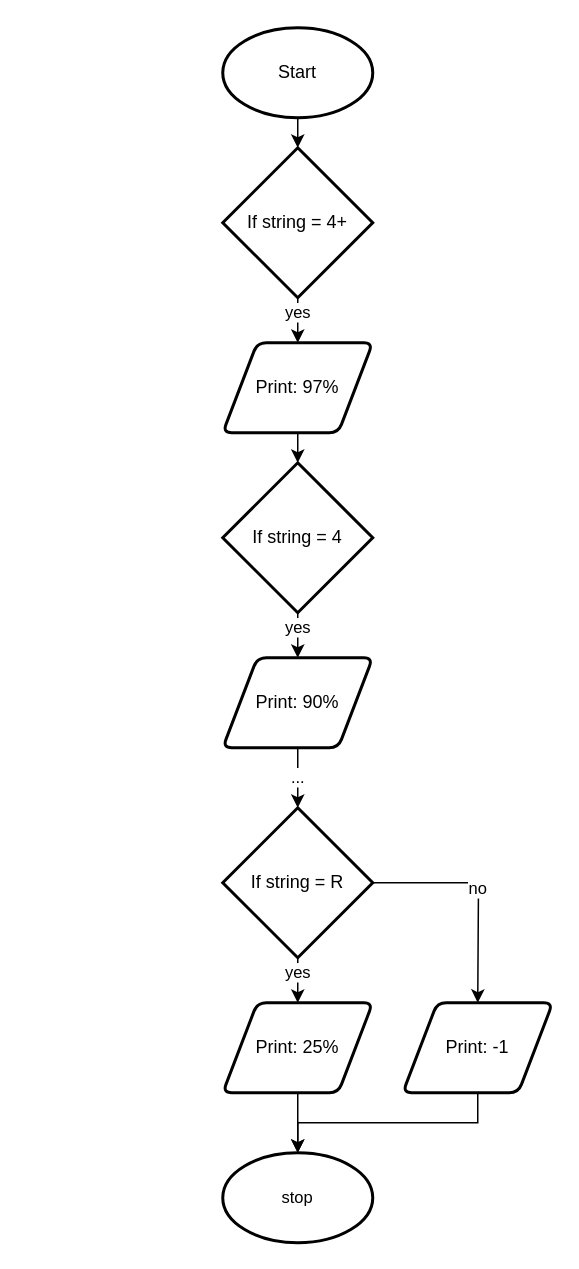
The draw.io diagram .flowchart.drawio in Miguel-Santacruz/ICS3U-Unit5-03-Python, before the edit. Source tidied: cells renumbered, new cells numbered last; positions are measured from the earlier drawing's top-left corner, leaving out a move shared by most shapes. Both pictures are drawn from the tidied source at 150%, with x=0, y=0 at pixel (222, 27).
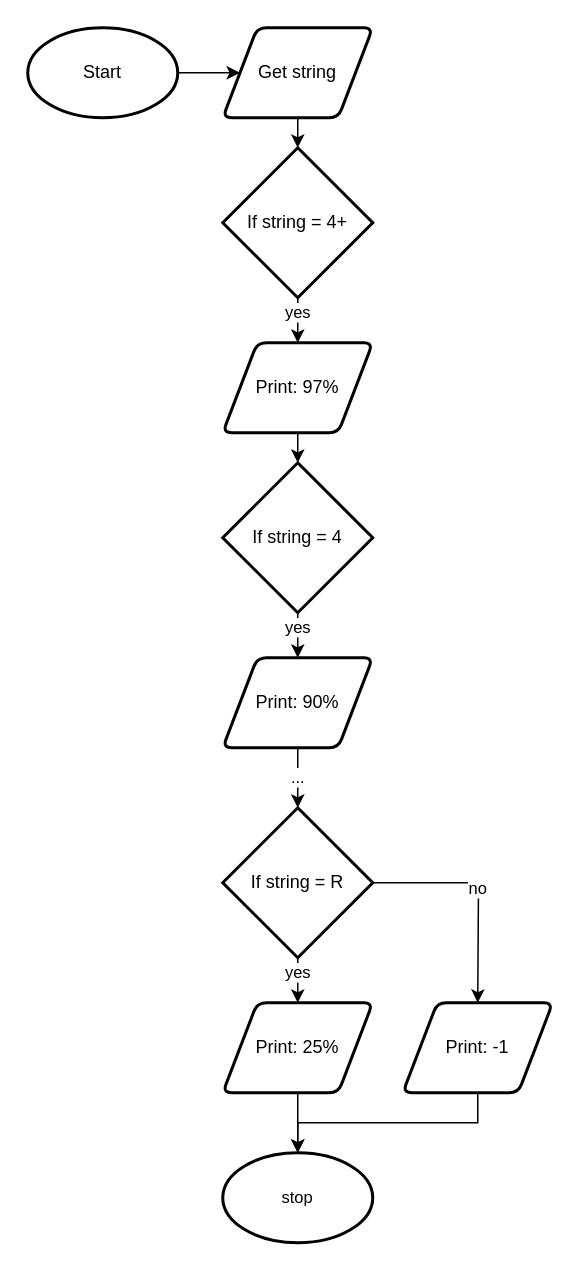
Above is the later version.

The change refers to these unchanged cells:
```xml
<mxCell id="5" value="If string = 4+" style="strokeWidth=2;html=1;shape=mxgraph.flowchart.decision;whiteSpace=wrap;" parent="1" vertex="1">
  <mxGeometry y="80" width="100" height="100" as="geometry" />
</mxCell>
```

The edit, as a diff of the source:
```diff
@@
-    <mxCell id="2" style="edgeStyle=none;html=1;exitX=0.5;exitY=1;exitDx=0;exitDy=0;exitPerimeter=0;entryX=0.5;entryY=0;entryDx=0;entryDy=0;entryPerimeter=0;" parent="1" edge="1" source="3" target="5">
-      <mxGeometry relative="1" as="geometry" />
-    </mxCell>
+    <mxCell id="20" style="edgeStyle=none;html=1;exitX=1;exitY=0.5;exitDx=0;exitDy=0;exitPerimeter=0;entryX=0;entryY=0.5;entryDx=0;entryDy=0;" parent="1" edge="1" source="3" target="22">
+      <mxGeometry relative="1" as="geometry" />
+    </mxCell>
     <mxCell id="3" value="Start" style="strokeWidth=2;html=1;shape=mxgraph.flowchart.start_1;whiteSpace=wrap;" parent="1" vertex="1">
-      <mxGeometry width="100" height="60" as="geometry" />
+      <mxGeometry x="-130" width="100" height="60" as="geometry" />
     </mxCell>
@@
+    <mxCell id="21" style="edgeStyle=none;html=1;exitX=0.5;exitY=1;exitDx=0;exitDy=0;entryX=0.5;entryY=0;entryDx=0;entryDy=0;entryPerimeter=0;" parent="1" edge="1" source="22" target="5">
+      <mxGeometry relative="1" as="geometry" />
+    </mxCell>
+    <mxCell id="22" value="Get string" style="shape=parallelogram;html=1;strokeWidth=2;perimeter=parallelogramPerimeter;whiteSpace=wrap;rounded=1;arcSize=12;size=0.23;" parent="1" vertex="1">
+      <mxGeometry width="100" height="60" as="geometry" />
+    </mxCell>
```
